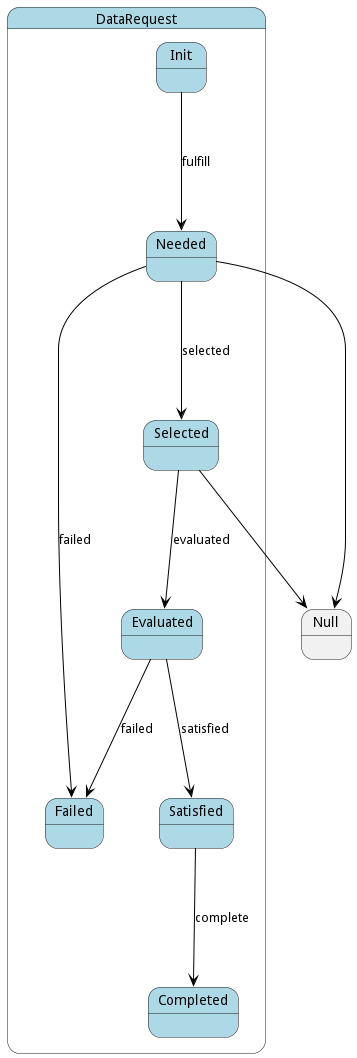
madajaju/edgemere keeps this PlantUML diagram as docs/edgemere/diml/dml/do/models/datarequest/statenet.png. Above is the earlier version. Source of this version:
```plantuml
@startuml



state DataRequest #lightblue {

    state Init #lightblue {
    }

    state Needed #lightblue {
    }

    state Failed #lightblue {
    }

    state Selected #lightblue {
    }

    state Satisfied #lightblue {
    }

    state Evaluated #lightblue {
    }

    state Completed #lightblue {
    }




Init -[#black]--> Needed : fulfill

Needed -[#black]--> Selected : selected

Needed -[#black]--> Failed : failed

Selected -[#black]--> Evaluated : evaluated

Satisfied -[#black]--> Completed : complete

Evaluated -[#black]--> Satisfied : satisfied

Evaluated -[#black]--> Failed : failed

}


 Needed -[#black]--> Null


 Selected -[#black]--> Null


@enduml
```
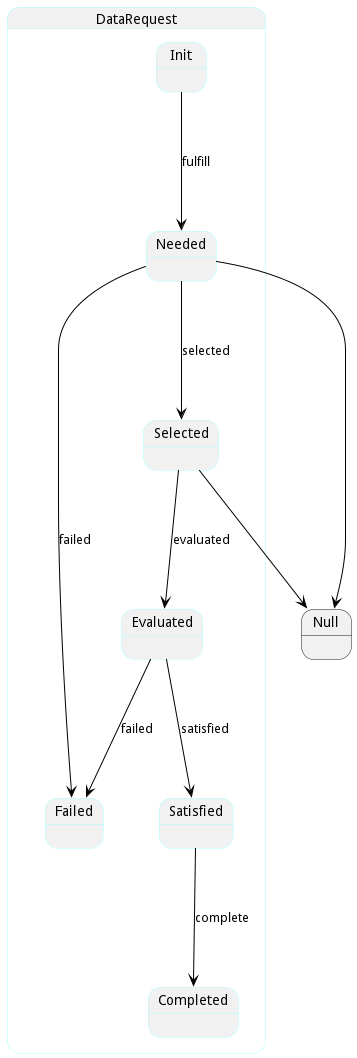
The same diagram one commit later.

What changed in the source:
```diff
@@ -2,27 +2,27 @@
 
 
 
-state DataRequest #lightblue {
+state DataRequest ##aaffff {
 
-    state Init #lightblue {
+    state Init ##aaffff {
     }
 
-    state Needed #lightblue {
+    state Needed ##aaffff {
     }
 
-    state Failed #lightblue {
+    state Failed ##aaffff {
     }
 
-    state Selected #lightblue {
+    state Selected ##aaffff {
     }
 
-    state Satisfied #lightblue {
+    state Satisfied ##aaffff {
     }
 
-    state Evaluated #lightblue {
+    state Evaluated ##aaffff {
     }
 
-    state Completed #lightblue {
+    state Completed ##aaffff {
     }
 
 
```
